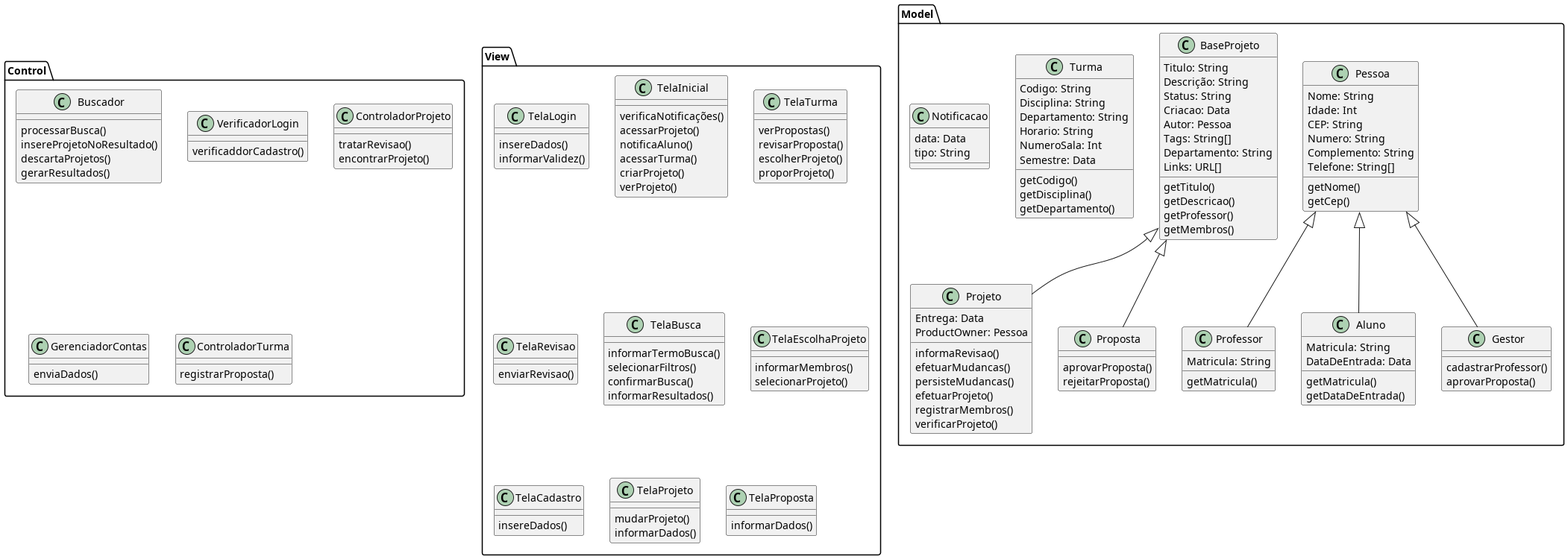
Pedro-V/projetorium keeps this PlantUML diagram as diagramas/pacotes.png. Above is the earlier version.
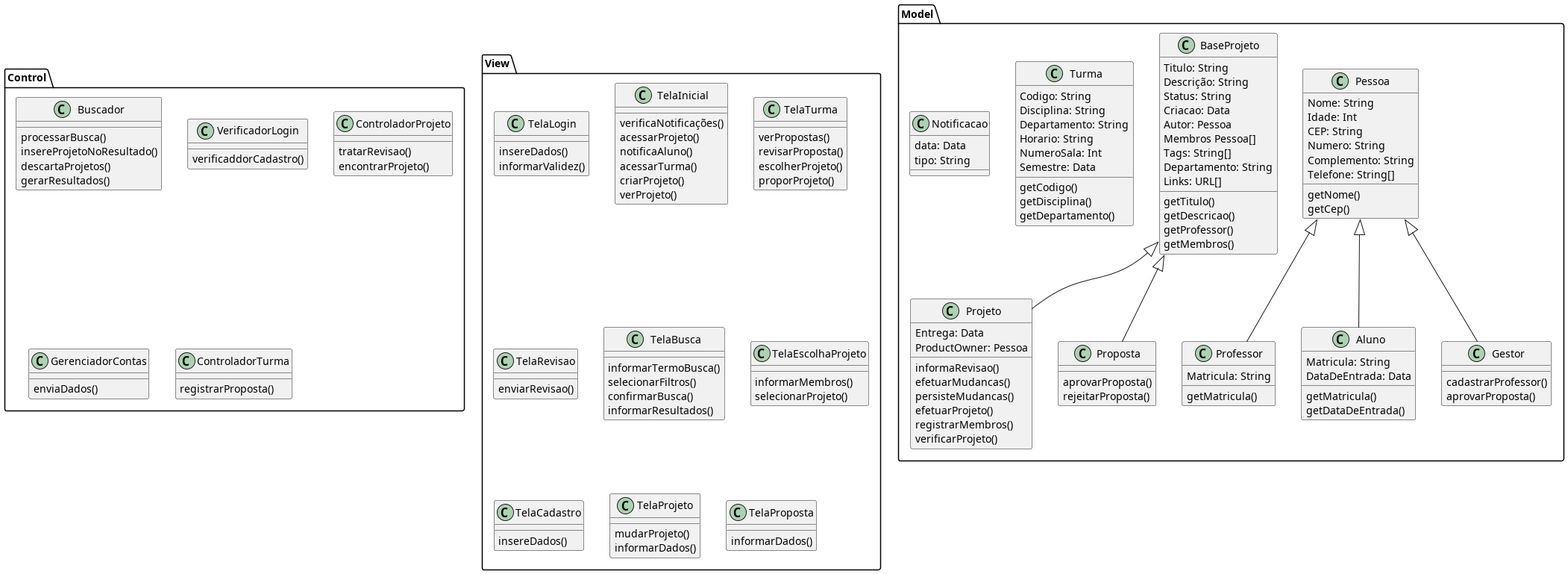
Later version of the same file.

Diff of the diagram source:
```diff
@@ -35,6 +35,7 @@
         Status: String
         Criacao: Data
         Autor: Pessoa
+        Membros Pessoa[]
         Tags: String[]
         Departamento: String
         Links: URL[]
```
